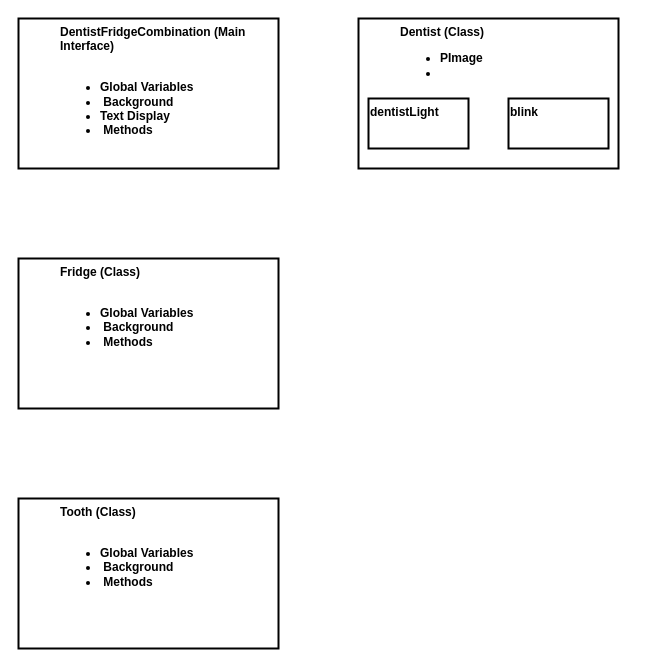
The draw.io diagram COMP1050.drawio in RadEngChas/Diagrams, before the edit. Source tidied: cells renumbered, new cells numbered last; positions are measured from the earlier drawing's top-left corner, leaving out a move shared by most shapes. Both pictures are drawn from the tidied source at 100%, with x=0, y=0 at pixel (18, 18).
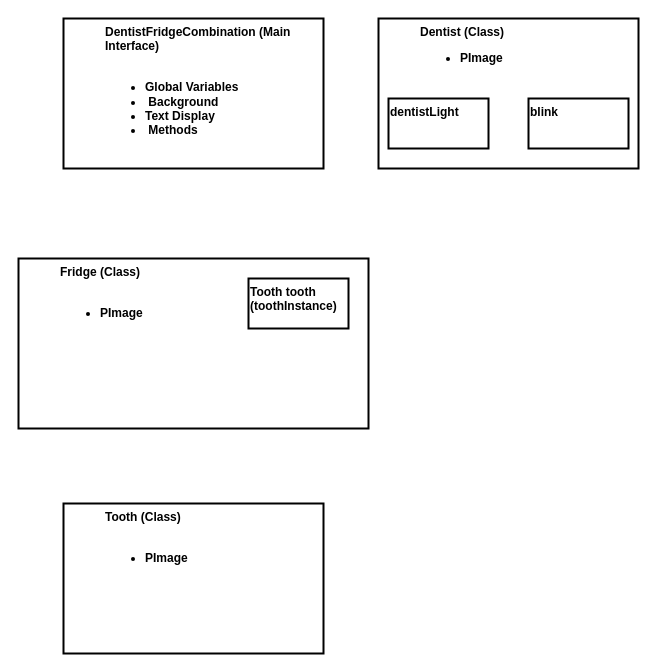
After the change.

Diff of the diagram source:
```diff
@@
 <mxGraphModel>
   <root>
     <mxCell id="0" />
     <mxCell id="1" parent="0" />
     <mxCell id="2" value="&lt;blockquote style=&quot;margin: 0 0 0 40px; border: none; padding: 0px;&quot;&gt;DentistFridgeCombination (Main Interface)&lt;/blockquote&gt;&lt;blockquote style=&quot;margin: 0 0 0 40px; border: none; padding: 0px;&quot;&gt;&lt;br&gt;&lt;/blockquote&gt;&lt;blockquote style=&quot;margin: 0 0 0 40px; border: none; padding: 0px;&quot;&gt;&lt;ul&gt;&lt;li&gt;Global Variables&lt;/li&gt;&lt;li&gt;&amp;nbsp;Background&lt;/li&gt;&lt;li&gt;Text Display&lt;/li&gt;&lt;li&gt;&amp;nbsp;Methods&lt;/li&gt;&lt;/ul&gt;&lt;/blockquote&gt;" style="rounded=0;whiteSpace=wrap;html=1;strokeWidth=2;verticalAlign=top;align=left;fontStyle=1;" parent="1" vertex="1">
-      <mxGeometry width="260" height="150" as="geometry" />
+      <mxGeometry x="45" width="260" height="150" as="geometry" />
     </mxCell>
-    <mxCell id="3" value="&lt;blockquote style=&quot;margin: 0 0 0 40px; border: none; padding: 0px;&quot;&gt;Dentist (Class)&lt;/blockquote&gt;&lt;blockquote style=&quot;margin: 0 0 0 40px; border: none; padding: 0px;&quot;&gt;&lt;ul&gt;&lt;li&gt;&lt;span style=&quot;background-color: initial;&quot;&gt;PImage&lt;/span&gt;&lt;/li&gt;&lt;li&gt;&lt;br&gt;&lt;/li&gt;&lt;/ul&gt;&lt;/blockquote&gt;" style="rounded=0;whiteSpace=wrap;html=1;strokeWidth=2;verticalAlign=top;align=left;fontStyle=1;" parent="1" vertex="1">
-      <mxGeometry x="340" width="260" height="150" as="geometry" />
+    <mxCell id="3" value="&lt;blockquote style=&quot;margin: 0 0 0 40px; border: none; padding: 0px;&quot;&gt;Dentist (Class)&lt;/blockquote&gt;&lt;blockquote style=&quot;margin: 0 0 0 40px; border: none; padding: 0px;&quot;&gt;&lt;ul&gt;&lt;li&gt;&lt;span style=&quot;background-color: initial;&quot;&gt;PImage&lt;/span&gt;&lt;/li&gt;&lt;/ul&gt;&lt;/blockquote&gt;" style="rounded=0;whiteSpace=wrap;html=1;strokeWidth=2;verticalAlign=top;align=left;fontStyle=1;" parent="1" vertex="1">
+      <mxGeometry x="360" width="260" height="150" as="geometry" />
     </mxCell>
-    <mxCell id="4" value="&lt;blockquote style=&quot;margin: 0 0 0 40px; border: none; padding: 0px;&quot;&gt;Fridge (Class)&lt;/blockquote&gt;&lt;blockquote style=&quot;margin: 0 0 0 40px; border: none; padding: 0px;&quot;&gt;&lt;br&gt;&lt;/blockquote&gt;&lt;blockquote style=&quot;margin: 0 0 0 40px; border: none; padding: 0px;&quot;&gt;&lt;ul&gt;&lt;li&gt;Global Variables&lt;/li&gt;&lt;li&gt;&amp;nbsp;Background&lt;/li&gt;&lt;li&gt;&amp;nbsp;Methods&lt;/li&gt;&lt;/ul&gt;&lt;/blockquote&gt;" style="rounded=0;whiteSpace=wrap;html=1;strokeWidth=2;verticalAlign=top;align=left;fontStyle=1;" parent="1" vertex="1">
-      <mxGeometry y="240" width="260" height="150" as="geometry" />
+    <mxCell id="4" value="&lt;blockquote style=&quot;margin: 0 0 0 40px; border: none; padding: 0px;&quot;&gt;Fridge (Class)&lt;/blockquote&gt;&lt;blockquote style=&quot;margin: 0 0 0 40px; border: none; padding: 0px;&quot;&gt;&lt;br&gt;&lt;/blockquote&gt;&lt;blockquote style=&quot;margin: 0 0 0 40px; border: none; padding: 0px;&quot;&gt;&lt;ul&gt;&lt;li&gt;PImage&lt;/li&gt;&lt;/ul&gt;&lt;/blockquote&gt;" style="rounded=0;whiteSpace=wrap;html=1;strokeWidth=2;verticalAlign=top;align=left;fontStyle=1;" parent="1" vertex="1">
+      <mxGeometry y="240" width="350" height="170" as="geometry" />
     </mxCell>
-    <mxCell id="5" value="&lt;blockquote style=&quot;margin: 0 0 0 40px; border: none; padding: 0px;&quot;&gt;Tooth (Class)&lt;/blockquote&gt;&lt;blockquote style=&quot;margin: 0 0 0 40px; border: none; padding: 0px;&quot;&gt;&lt;br&gt;&lt;/blockquote&gt;&lt;blockquote style=&quot;margin: 0 0 0 40px; border: none; padding: 0px;&quot;&gt;&lt;ul&gt;&lt;li&gt;Global Variables&lt;/li&gt;&lt;li&gt;&amp;nbsp;Background&lt;/li&gt;&lt;li&gt;&amp;nbsp;Methods&lt;/li&gt;&lt;/ul&gt;&lt;/blockquote&gt;" style="rounded=0;whiteSpace=wrap;html=1;strokeWidth=2;verticalAlign=top;align=left;fontStyle=1;" parent="1" vertex="1">
-      <mxGeometry y="480" width="260" height="150" as="geometry" />
+    <mxCell id="5" value="&lt;blockquote style=&quot;margin: 0 0 0 40px; border: none; padding: 0px;&quot;&gt;Tooth (Class)&lt;/blockquote&gt;&lt;blockquote style=&quot;margin: 0 0 0 40px; border: none; padding: 0px;&quot;&gt;&lt;br&gt;&lt;/blockquote&gt;&lt;blockquote style=&quot;margin: 0 0 0 40px; border: none; padding: 0px;&quot;&gt;&lt;ul&gt;&lt;li&gt;PImage&lt;/li&gt;&lt;/ul&gt;&lt;/blockquote&gt;" style="rounded=0;whiteSpace=wrap;html=1;strokeWidth=2;verticalAlign=top;align=left;fontStyle=1;" parent="1" vertex="1">
+      <mxGeometry x="45" y="485" width="260" height="150" as="geometry" />
     </mxCell>
     <mxCell id="6" value="blink" style="rounded=0;whiteSpace=wrap;html=1;strokeWidth=2;fontStyle=1;align=left;verticalAlign=top;" parent="1" vertex="1">
-      <mxGeometry x="490" y="80" width="100" height="50" as="geometry" />
+      <mxGeometry x="510" y="80" width="100" height="50" as="geometry" />
     </mxCell>
     <mxCell id="7" value="dentistLight" style="rounded=0;whiteSpace=wrap;html=1;strokeWidth=2;fontStyle=1;align=left;verticalAlign=top;" parent="1" vertex="1">
-      <mxGeometry x="350" y="80" width="100" height="50" as="geometry" />
+      <mxGeometry x="370" y="80" width="100" height="50" as="geometry" />
     </mxCell>
+    <mxCell id="8" value="Tooth tooth (toothInstance)" style="rounded=0;whiteSpace=wrap;html=1;strokeWidth=2;fontStyle=1;align=left;verticalAlign=top;" parent="1" vertex="1">
+      <mxGeometry x="230" y="260" width="100" height="50" as="geometry" />
+    </mxCell>
   </root>
 </mxGraphModel>
```
